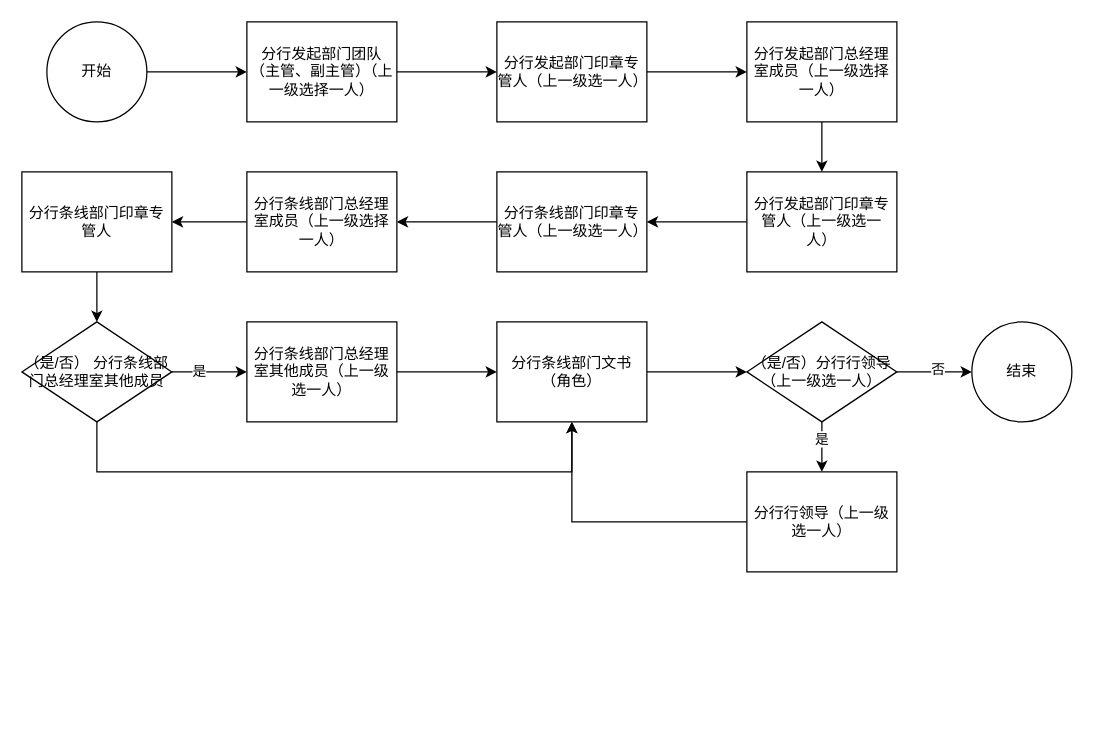
The draw.io diagram 团队发起(跨部门).drawio in ILdove/Hawk-Fast-Work, before the edit. Source tidied: cells renumbered, new cells numbered last; positions are measured from the earlier drawing's top-left corner, leaving out a move shared by most shapes. Both pictures are drawn from the tidied source at 125%, with x=0, y=0 at pixel (21, 21).
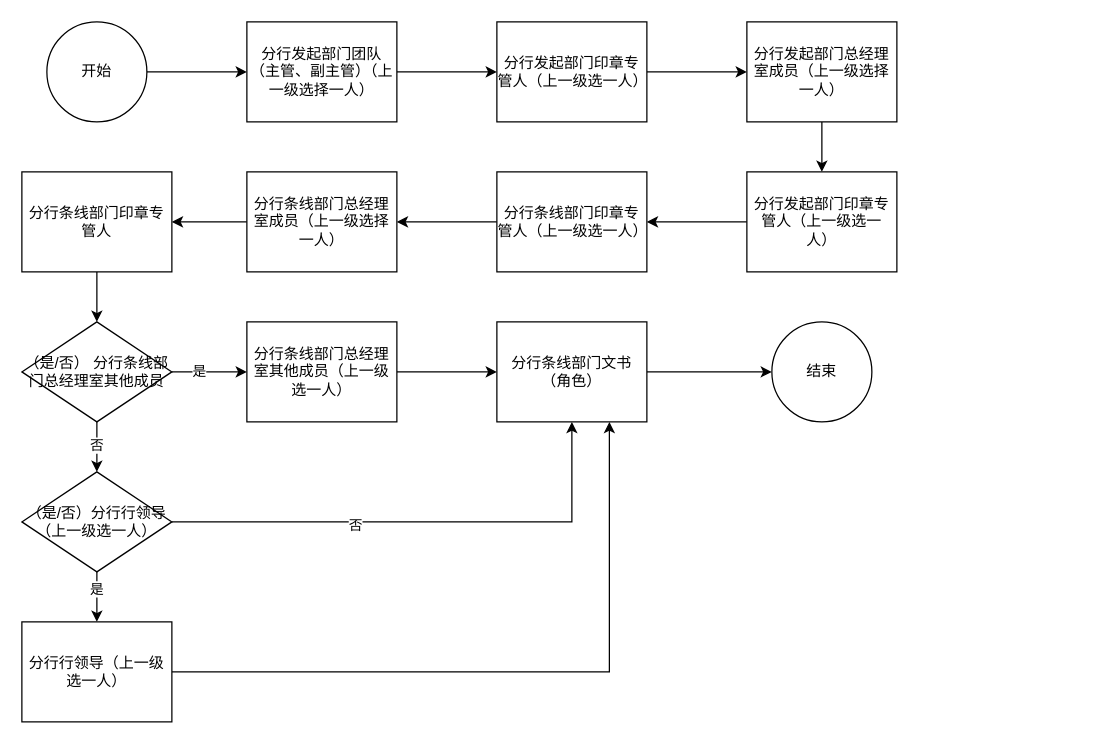
Above is the later version.

Commit message:
更新团队发起(跨部门).drawio

The change refers to these unchanged cells:
```xml
<mxCell id="18" value="&lt;p class=&quot;MsoNormal&quot;&gt;&lt;font face=&quot;宋体&quot;&gt;（是&lt;/font&gt;&lt;font face=&quot;宋体&quot;&gt;/否） 分行条线部门总经理室其他成员&lt;/font&gt;&lt;/p&gt;" style="rhombus;whiteSpace=wrap;html=1;" parent="1" vertex="1">
  <mxGeometry y="240" width="120" height="80" as="geometry" />
</mxCell>
<mxCell id="24" value="&lt;p class=&quot;MsoNormal&quot;&gt;分行条线部门文书（角色）&lt;/p&gt;" style="rounded=0;whiteSpace=wrap;html=1;" parent="1" vertex="1">
  <mxGeometry x="380" y="240" width="120" height="80" as="geometry" />
</mxCell>
```

Change to the diagram source:
```diff
@@
+    <mxCell id="34" style="edgeStyle=orthogonalEdgeStyle;rounded=0;jettySize=auto;html=1;entryX=0.5;entryY=1;entryDx=0;entryDy=0;" parent="1" edge="1" source="18" target="29">
+      <mxGeometry relative="1" as="geometry" />
+    </mxCell>
+    <mxCell id="35" value="否" style="edgeLabel;html=1;align=center;verticalAlign=middle;" parent="34" vertex="1">
+      <mxGeometry x="-0.1" y="-1" relative="1" as="geometry" />
+    </mxCell>
@@
-    <mxCell id="23" style="edgeStyle=orthogonalEdgeStyle;rounded=0;jettySize=auto;html=1;" parent="1" edge="1" source="24" target="29">
-      <mxGeometry relative="1" as="geometry" />
-    </mxCell>
+    <mxCell id="36" style="edgeStyle=orthogonalEdgeStyle;rounded=0;jettySize=auto;html=1;entryX=0;entryY=0.5;entryDx=0;entryDy=0;" parent="1" edge="1" source="24" target="33">
+      <mxGeometry relative="1" as="geometry" />
+    </mxCell>
@@
-    <mxCell id="27" style="edgeStyle=orthogonalEdgeStyle;rounded=0;jettySize=auto;html=1;entryX=0;entryY=0.5;entryDx=0;entryDy=0;" parent="1" edge="1" source="29" target="33">
-      <mxGeometry relative="1" as="geometry" />
-    </mxCell>
-    <mxCell id="28" value="否" style="edgeLabel;html=1;align=center;verticalAlign=middle;" parent="27" vertex="1">
-      <mxGeometry x="0.07" y="3" relative="1" as="geometry" />
-    </mxCell>
+    <mxCell id="37" style="edgeStyle=orthogonalEdgeStyle;rounded=0;jettySize=auto;html=1;entryX=0.5;entryY=1;entryDx=0;entryDy=0;" parent="1" edge="1" source="29" target="24">
+      <mxGeometry relative="1" as="geometry" />
+    </mxCell>
+    <mxCell id="38" value="否" style="edgeLabel;html=1;align=center;verticalAlign=middle;" parent="37" vertex="1">
+      <mxGeometry x="-0.27" y="-2" relative="1" as="geometry" />
+    </mxCell>
-    <mxCell id="29" value="&lt;p class=&quot;MsoNormal&quot;&gt;&lt;font face=&quot;宋体&quot;&gt;（是&lt;/font&gt;&lt;font face=&quot;宋体&quot;&gt;/否）分行行领导（上一级选一人）&lt;/font&gt;&lt;/p&gt;" style="rhombus;whiteSpace=wrap;html=1;" parent="1" vertex="1">
-      <mxGeometry x="580" y="240" width="120" height="80" as="geometry" />
+    <mxCell id="29" value="&lt;p class=&quot;MsoNormal&quot;&gt;&lt;font face=&quot;宋体&quot;&gt;（是&lt;/font&gt;&lt;font face=&quot;宋体&quot;&gt;/否）分行行领导（上一级选一人）&lt;/font&gt;&lt;/p&gt;" style="rhombus;whiteSpace=wrap;html=1;direction=west;" parent="1" vertex="1">
+      <mxGeometry y="360" width="120" height="80" as="geometry" />
     </mxCell>
-    <mxCell id="30" style="edgeStyle=orthogonalEdgeStyle;rounded=0;jettySize=auto;html=1;" parent="1" edge="1" source="31" target="24">
+    <mxCell id="30" style="edgeStyle=orthogonalEdgeStyle;rounded=0;jettySize=auto;html=1;entryX=0.75;entryY=1;entryDx=0;entryDy=0;" parent="1" edge="1" source="31" target="24">
       <mxGeometry relative="1" as="geometry" />
     </mxCell>
     <mxCell id="31" value="&lt;p class=&quot;MsoNormal&quot;&gt;分行行领导（上一级选一人）&lt;/p&gt;" style="rounded=0;whiteSpace=wrap;html=1;" parent="1" vertex="1">
-      <mxGeometry x="580" y="360" width="120" height="80" as="geometry" />
+      <mxGeometry y="480" width="120" height="80" as="geometry" />
     </mxCell>
-    <mxCell id="32" style="endArrow=classic;html=1;rounded=0;exitX=0.5;exitY=1;exitDx=0;exitDy=0;entryX=0.5;entryY=1;entryDx=0;entryDy=0;" parent="1" edge="1" source="18" target="24">
-      <mxGeometry relative="1" as="geometry">
-        <Array as="points">
-          <mxPoint x="60" y="360" />
-          <mxPoint x="440" y="360" />
-        </Array>
-      </mxGeometry>
-    </mxCell>
     <mxCell id="33" value="结束" style="ellipse;whiteSpace=wrap;html=1;" parent="1" vertex="1">
-      <mxGeometry x="760" y="240" width="80" height="80" as="geometry" />
+      <mxGeometry x="600" y="240" width="80" height="80" as="geometry" />
     </mxCell>
```
